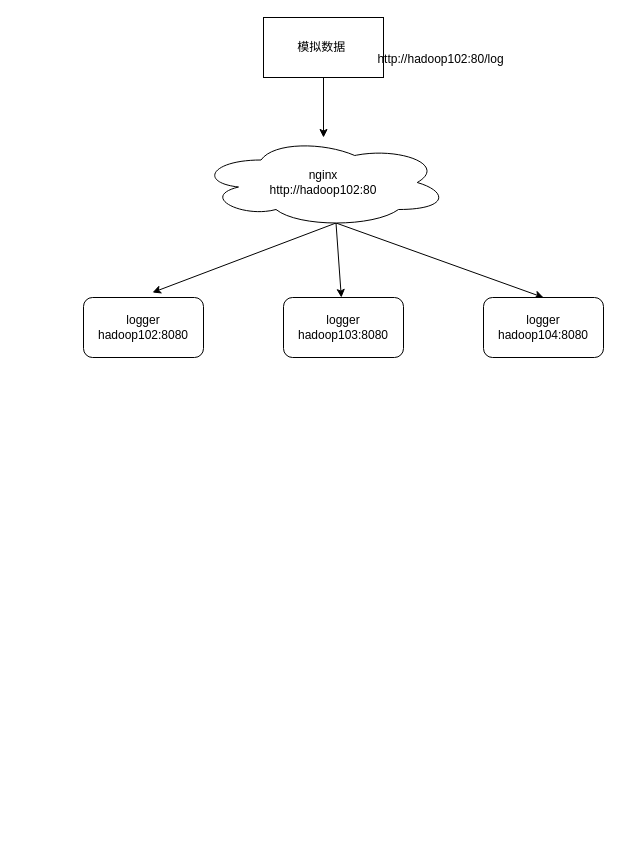
Earlier version of the draw.io diagram 图示.drawio (zhenchao125/gmall1015). Source tidied: cells renumbered, new cells numbered last; positions are measured from the earlier drawing's top-left corner, leaving out a move shared by most shapes. Both pictures are drawn from the tidied source at 100%, with x=0, y=0 at pixel (83, 17).
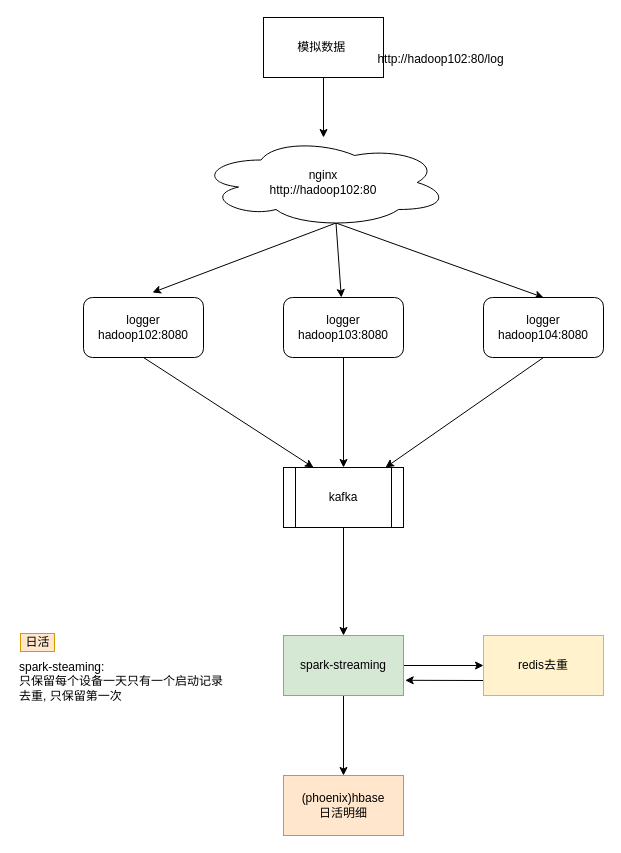
Above is the later version.

Unchanged cells that the change refers to:
```xml
<mxCell id="8" value="logger&lt;br&gt;hadoop102:8080" style="rounded=1;whiteSpace=wrap;html=1;" parent="1" vertex="1">
  <mxGeometry y="280" width="120" height="60" as="geometry" />
</mxCell>
<mxCell id="9" value="logger&lt;br&gt;hadoop103:8080" style="rounded=1;whiteSpace=wrap;html=1;" parent="1" vertex="1">
  <mxGeometry x="200" y="280" width="120" height="60" as="geometry" />
</mxCell>
<mxCell id="10" value="logger&lt;br&gt;hadoop104:8080" style="rounded=1;whiteSpace=wrap;html=1;" parent="1" vertex="1">
  <mxGeometry x="400" y="280" width="120" height="60" as="geometry" />
</mxCell>
```

Change to the diagram source:
```diff
@@
+    <mxCell id="12" style="edgeStyle=none;rounded=0;jettySize=auto;html=1;exitX=0.5;exitY=1;exitDx=0;exitDy=0;entryX=0.25;entryY=0;entryDx=0;entryDy=0;" parent="1" edge="1" source="8" target="16">
+      <mxGeometry relative="1" as="geometry" />
+    </mxCell>
@@
+    <mxCell id="13" style="edgeStyle=none;rounded=0;jettySize=auto;html=1;exitX=0.5;exitY=1;exitDx=0;exitDy=0;" parent="1" edge="1" source="9" target="16">
+      <mxGeometry relative="1" as="geometry" />
+    </mxCell>
@@
+    <mxCell id="14" style="edgeStyle=none;rounded=0;jettySize=auto;html=1;exitX=0.5;exitY=1;exitDx=0;exitDy=0;entryX=0.85;entryY=0;entryDx=0;entryDy=0;entryPerimeter=0;" parent="1" edge="1" source="10" target="16">
+      <mxGeometry relative="1" as="geometry" />
+    </mxCell>
@@
+    <mxCell id="15" style="edgeStyle=none;rounded=0;jettySize=auto;html=1;exitX=0.5;exitY=1;exitDx=0;exitDy=0;entryX=0.5;entryY=0;entryDx=0;entryDy=0;" parent="1" edge="1" source="16" target="20">
+      <mxGeometry relative="1" as="geometry" />
+    </mxCell>
+    <mxCell id="16" value="kafka" style="shape=process;whiteSpace=wrap;html=1;backgroundOutline=1;" parent="1" vertex="1">
+      <mxGeometry x="200" y="450" width="120" height="60" as="geometry" />
+    </mxCell>
+    <mxCell id="17" value="日活" style="text;html=1;align=center;verticalAlign=middle;fillColor=#ffe6cc;strokeColor=#d79b00;" parent="1" vertex="1">
+      <mxGeometry x="-63" y="616" width="34" height="18" as="geometry" />
+    </mxCell>
+    <mxCell id="18" style="edgeStyle=none;rounded=0;jettySize=auto;html=1;" parent="1" edge="1" source="20" target="23">
+      <mxGeometry relative="1" as="geometry" />
+    </mxCell>
+    <mxCell id="19" style="edgeStyle=none;rounded=0;jettySize=auto;html=1;" parent="1" edge="1" source="20" target="22">
+      <mxGeometry relative="1" as="geometry" />
+    </mxCell>
+    <mxCell id="20" value="spark-streaming" style="rounded=0;whiteSpace=wrap;html=1;fillColor=#d5e8d4;strokeColor=#82b366;" parent="1" vertex="1">
+      <mxGeometry x="200" y="618" width="120" height="60" as="geometry" />
+    </mxCell>
+    <mxCell id="21" style="edgeStyle=none;rounded=0;jettySize=auto;html=1;exitX=0;exitY=0.75;exitDx=0;exitDy=0;" parent="1" edge="1" source="22">
+      <mxGeometry relative="1" as="geometry">
+        <mxPoint x="321.7" y="662.8" as="targetPoint" />
+      </mxGeometry>
+    </mxCell>
+    <mxCell id="22" value="redis去重" style="rounded=0;whiteSpace=wrap;html=1;fillColor=#fff2cc;strokeColor=#d6b656;" parent="1" vertex="1">
+      <mxGeometry x="400" y="618" width="120" height="60" as="geometry" />
+    </mxCell>
+    <mxCell id="23" value="(phoenix)hbase&lt;br&gt;日活明细" style="rounded=0;whiteSpace=wrap;html=1;fillColor=#ffe6cc;strokeColor=#d79b00;" parent="1" vertex="1">
+      <mxGeometry x="200" y="758" width="120" height="60" as="geometry" />
+    </mxCell>
+    <mxCell id="24" value="spark-steaming: &lt;br&gt;只保留每个设备一天只有一个启动记录&lt;br&gt;去重, 只保留第一次" style="text;html=1;align=left;verticalAlign=middle;" parent="1" vertex="1">
+      <mxGeometry x="-66" y="641" width="214" height="46" as="geometry" />
+    </mxCell>
```
